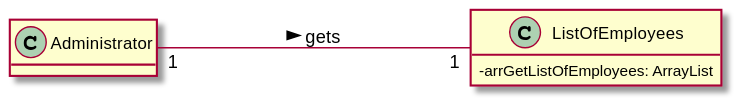
Earlier version of the PlantUML export docs/SprintB/US011/US011_MD.svg (Pirussa/lei-22-s2-1da-g02). Its diagram source:
```plantuml
@startuml

hide methods
left to right direction
skinparam classAttributeIconSize 0

class Administrator
class ListOfEmployees {
-arrGetListOfEmployees: ArrayList
}

Administrator "1" ---- "1" ListOfEmployees : gets >

@enduml
```
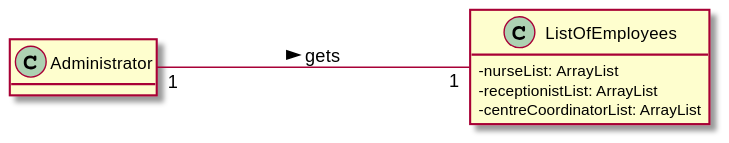
After the change.

The edit, as a diff of the source:
```diff
@@ -6,7 +6,9 @@
 
 class Administrator
 class ListOfEmployees {
--arrGetListOfEmployees: ArrayList
+-nurseList: ArrayList
+-receptionistList: ArrayList
+-centreCoordinatorList: ArrayList
 }
 
 Administrator "1" ---- "1" ListOfEmployees : gets >
```
